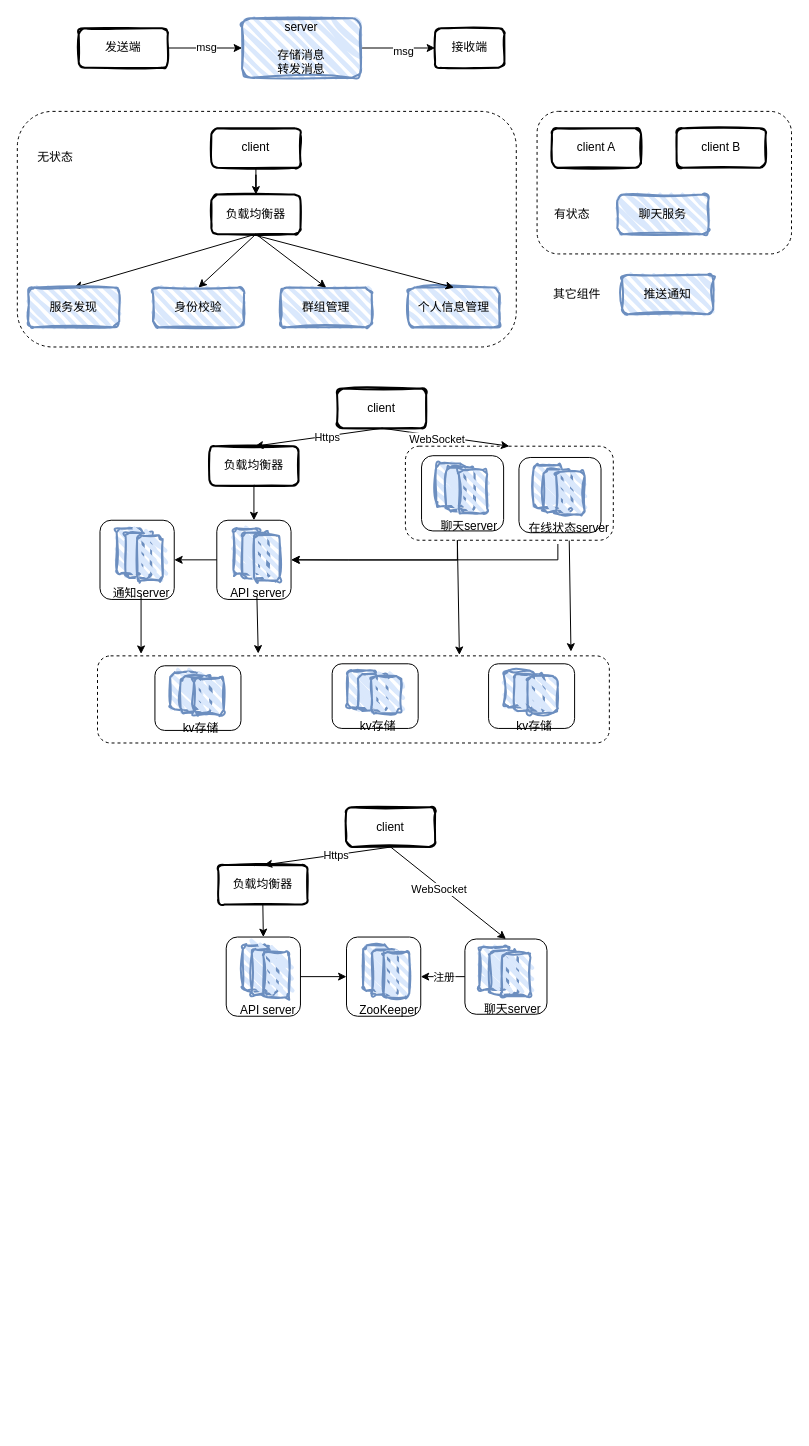
This is 聊天系统.drawio from Fireplusplus/img, a draw.io file, before an edit. Source tidied: cells renumbered, new cells numbered last; positions are measured from the earlier drawing's top-left corner, leaving out a move shared by most shapes. Both pictures are drawn from the tidied source at 99%, with x=0, y=0 at pixel (17, 18).
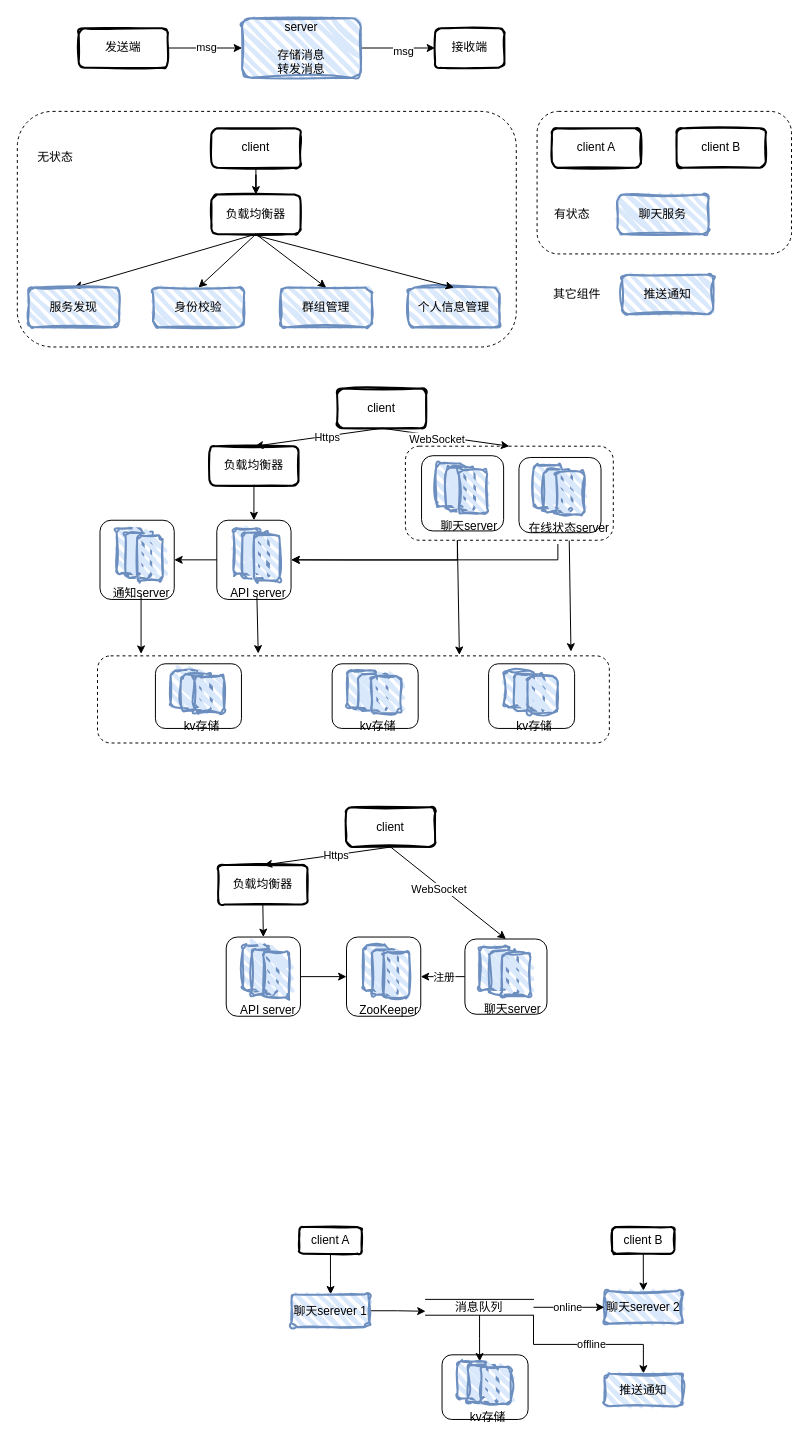
The same diagram, later.

Commit message (it also covers changes not shown here):
更新聊天系统.drawio

What changed in the source:
```diff
@@
     <mxCell id="66" style="group;" parent="1" vertex="1">
-      <mxGeometry x="139" y="654" width="86.9" height="65.3" as="geometry" />
+      <mxGeometry x="139.5" y="652" width="86.9" height="65.3" as="geometry" />
     </mxCell>
@@
+    <mxCell id="112" style="edgeStyle=orthogonalEdgeStyle;rounded=0;jettySize=auto;html=1;exitX=0.5;exitY=1;exitDx=0;exitDy=0;" parent="1" edge="1" source="113" target="115">
+      <mxGeometry relative="1" as="geometry" />
+    </mxCell>
+    <mxCell id="113" value="client A" style="rounded=1;whiteSpace=wrap;html=1;strokeWidth=2;fillWeight=4;hachureGap=8;hachureAngle=45;fillColor=none;sketch=1;" parent="1" vertex="1">
+      <mxGeometry x="284.8" y="1221" width="63" height="27" as="geometry" />
+    </mxCell>
+    <mxCell id="114" style="edgeStyle=orthogonalEdgeStyle;rounded=0;jettySize=auto;html=1;exitX=1;exitY=0.5;exitDx=0;exitDy=0;entryX=0;entryY=0.75;entryDx=0;entryDy=0;" parent="1" edge="1" source="115" target="124">
+      <mxGeometry relative="1" as="geometry" />
+    </mxCell>
+    <mxCell id="115" value="聊天serever 1" style="rounded=1;whiteSpace=wrap;html=1;strokeWidth=2;fillWeight=4;hachureGap=8;hachureAngle=45;fillColor=#dae8fc;strokeColor=#6c8ebf;sketch=1;curveFitting=1;jiggle=2;" parent="1" vertex="1">
+      <mxGeometry x="277" y="1289" width="78.7" height="33" as="geometry" />
+    </mxCell>
+    <mxCell id="116" style="edgeStyle=orthogonalEdgeStyle;rounded=0;jettySize=auto;html=1;exitX=0.5;exitY=1;exitDx=0;exitDy=0;entryX=0.5;entryY=0;entryDx=0;entryDy=0;" parent="1" edge="1" source="117" target="118">
+      <mxGeometry relative="1" as="geometry" />
+    </mxCell>
+    <mxCell id="117" value="client B" style="rounded=1;whiteSpace=wrap;html=1;strokeWidth=2;fillWeight=4;hachureGap=8;hachureAngle=45;fillColor=none;sketch=1;" parent="1" vertex="1">
+      <mxGeometry x="600.8" y="1221" width="63" height="27" as="geometry" />
+    </mxCell>
+    <mxCell id="118" value="聊天serever 2" style="rounded=1;whiteSpace=wrap;html=1;strokeWidth=2;fillWeight=4;hachureGap=8;hachureAngle=45;fillColor=#dae8fc;strokeColor=#6c8ebf;sketch=1;curveFitting=1;jiggle=2;" parent="1" vertex="1">
+      <mxGeometry x="593" y="1285.5" width="78.7" height="33" as="geometry" />
+    </mxCell>
+    <mxCell id="119" style="edgeStyle=orthogonalEdgeStyle;rounded=0;jettySize=auto;html=1;exitX=1;exitY=0.5;exitDx=0;exitDy=0;entryX=0;entryY=0.5;entryDx=0;entryDy=0;" parent="1" edge="1" source="124" target="118">
+      <mxGeometry relative="1" as="geometry" />
+    </mxCell>
+    <mxCell id="120" value="online" style="edgeLabel;html=1;align=center;verticalAlign=middle;" parent="119" vertex="1">
+      <mxGeometry x="-0.05" y="1" relative="1" as="geometry" />
+    </mxCell>
+    <mxCell id="121" style="edgeStyle=orthogonalEdgeStyle;rounded=0;jettySize=auto;html=1;exitX=1;exitY=1;exitDx=0;exitDy=0;entryX=0.5;entryY=0;entryDx=0;entryDy=0;" parent="1" edge="1" source="124" target="125">
+      <mxGeometry relative="1" as="geometry" />
+    </mxCell>
+    <mxCell id="122" value="offline" style="edgeLabel;html=1;align=center;verticalAlign=middle;" parent="121" vertex="1">
+      <mxGeometry x="0.03" y="1" relative="1" as="geometry">
+        <mxPoint y="1" as="offset" />
+      </mxGeometry>
+    </mxCell>
+    <mxCell id="123" style="edgeStyle=orthogonalEdgeStyle;rounded=0;jettySize=auto;html=1;exitX=0.5;exitY=1;exitDx=0;exitDy=0;entryX=0.75;entryY=0;entryDx=0;entryDy=0;" parent="1" edge="1" source="124" target="128">
+      <mxGeometry relative="1" as="geometry" />
+    </mxCell>
+    <mxCell id="124" value="消息队列" style="shape=partialRectangle;whiteSpace=wrap;html=1;left=0;right=0;fillColor=none;" parent="1" vertex="1">
+      <mxGeometry x="412.4" y="1294" width="109" height="16" as="geometry" />
+    </mxCell>
+    <mxCell id="125" value="推送通知" style="rounded=1;whiteSpace=wrap;html=1;strokeWidth=2;fillWeight=4;hachureGap=8;hachureAngle=45;fillColor=#dae8fc;strokeColor=#6c8ebf;sketch=1;curveFitting=1;jiggle=2;" parent="1" vertex="1">
+      <mxGeometry x="593" y="1369" width="78.7" height="33" as="geometry" />
+    </mxCell>
+    <mxCell id="126" style="group;" parent="1" vertex="1">
+      <mxGeometry x="429" y="1350" width="86.9" height="65.3" as="geometry" />
+    </mxCell>
+    <mxCell id="127" style="rounded=1;whiteSpace=wrap;html=1;strokeWidth=1;fillWeight=4;hachureGap=8;hachureAngle=45;fillColor=none;fontSize=12;fontStyle=0;" parent="126" vertex="1">
+      <mxGeometry width="86.9" height="65.3" as="geometry" />
+    </mxCell>
+    <mxCell id="128" style="rounded=1;whiteSpace=wrap;html=1;strokeWidth=2;fillWeight=4;hachureGap=8;hachureAngle=45;fillColor=#dae8fc;strokeColor=#6c8ebf;sketch=1;curveFitting=1;jiggle=2;" parent="126" vertex="1">
+      <mxGeometry x="15.4" y="6.7" width="30.1" height="37.3" as="geometry" />
+    </mxCell>
+    <mxCell id="129" style="rounded=1;whiteSpace=wrap;html=1;strokeWidth=2;fillWeight=4;hachureGap=8;hachureAngle=45;fillColor=#dae8fc;strokeColor=#6c8ebf;sketch=1;curveFitting=1;jiggle=2;" parent="126" vertex="1">
+      <mxGeometry x="26" y="10.4" width="30.1" height="37.3" as="geometry" />
+    </mxCell>
+    <mxCell id="130" style="rounded=1;whiteSpace=wrap;html=1;strokeWidth=2;fillWeight=4;hachureGap=8;hachureAngle=45;fillColor=#dae8fc;strokeColor=#6c8ebf;sketch=1;curveFitting=1;jiggle=2;" parent="126" vertex="1">
+      <mxGeometry x="39.4" y="12.4" width="30.1" height="37.3" as="geometry" />
+    </mxCell>
+    <mxCell id="131" value="kv存储" style="text;html=1;align=center;verticalAlign=middle;strokeColor=none;fillColor=none;" parent="126" vertex="1">
+      <mxGeometry x="19.1" y="49.7" width="54" height="26" as="geometry" />
+    </mxCell>
```
